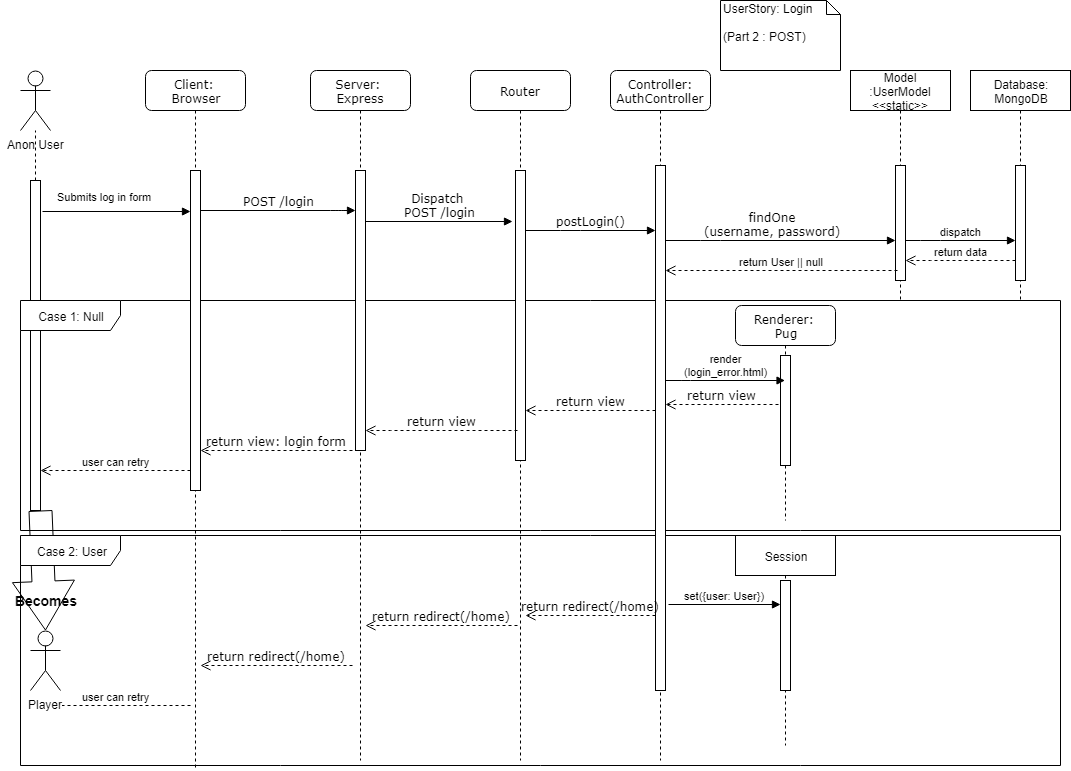
Earlier version of the draw.io export UML_Graphics/Sequence Diagrams/Sequence Diagram_ Login Part 2.png (O-clock-Pulsar/Pictionary-TeamPyjamasque). Source tidied: cells renumbered, new cells last; positions are measured from the earlier drawing's top-left corner, leaving out a move shared by most shapes. The source it was exported from:
```xml
<mxGraphModel background="#ffffff">
  <root>
    <mxCell id="0" />
    <mxCell id="1" parent="0" />
    <mxCell id="2" style="html=1;points=[];perimeter=orthogonalPerimeter;" parent="1" vertex="1">
      <mxGeometry x="30" y="180" width="10" height="330" as="geometry" />
    </mxCell>
    <mxCell id="3" style="shape=flexArrow;endArrow=classic;html=1;endWidth=38;endSize=15.89;width=23;entryX=0.5;entryY=0;entryDx=0;entryDy=0;entryPerimeter=0;" parent="1" edge="1" source="2" target="44">
      <mxGeometry relative="1" as="geometry" />
    </mxCell>
    <mxCell id="4" value="Case 2: User" style="shape=umlFrame;whiteSpace=wrap;html=1;width=100;height=30;" parent="1" vertex="1">
      <mxGeometry x="20" y="535" width="1040" height="230" as="geometry" />
    </mxCell>
    <mxCell id="5" value="Case 1: Null" style="shape=umlFrame;whiteSpace=wrap;html=1;width=100;height=30;" parent="1" vertex="1">
      <mxGeometry x="20" y="300" width="1040" height="230" as="geometry" />
    </mxCell>
    <mxCell id="6" value="Session" style="shape=umlLifeline;perimeter=lifelinePerimeter;whiteSpace=wrap;html=1;" parent="1" vertex="1">
      <mxGeometry x="735" y="535" width="100" height="210" as="geometry" />
    </mxCell>
    <mxCell id="7" value="Server: &lt;br&gt;Express" style="shape=umlLifeline;perimeter=lifelinePerimeter;whiteSpace=wrap;html=1;rounded=1;shadow=0;comic=0;labelBackgroundColor=none;strokeColor=#000000;strokeWidth=1;fillColor=#FFFFFF;fontFamily=Verdana;fontSize=12;fontColor=#000000;align=center;" parent="1" vertex="1">
      <mxGeometry x="310" y="70" width="100" height="690" as="geometry" />
    </mxCell>
    <mxCell id="8" style="html=1;points=[];perimeter=orthogonalPerimeter;rounded=0;shadow=0;comic=0;labelBackgroundColor=none;strokeColor=#000000;strokeWidth=1;fillColor=#FFFFFF;fontFamily=Verdana;fontSize=12;fontColor=#000000;align=center;" parent="7" vertex="1">
      <mxGeometry x="45" y="100" width="10" height="280" as="geometry" />
    </mxCell>
    <mxCell id="9" value="Router" style="shape=umlLifeline;perimeter=lifelinePerimeter;whiteSpace=wrap;html=1;rounded=1;shadow=0;comic=0;labelBackgroundColor=none;strokeColor=#000000;strokeWidth=1;fillColor=#FFFFFF;fontFamily=Verdana;fontSize=12;fontColor=#000000;align=center;" parent="1" vertex="1">
      <mxGeometry x="470" y="70" width="100" height="690" as="geometry" />
    </mxCell>
    <mxCell id="10" style="html=1;points=[];perimeter=orthogonalPerimeter;rounded=0;shadow=0;comic=0;labelBackgroundColor=none;strokeColor=#000000;strokeWidth=1;fillColor=#FFFFFF;fontFamily=Verdana;fontSize=12;fontColor=#000000;align=center;" parent="9" vertex="1">
      <mxGeometry x="45" y="100" width="10" height="290" as="geometry" />
    </mxCell>
    <mxCell id="11" value="Controller: AuthController" style="shape=umlLifeline;perimeter=lifelinePerimeter;whiteSpace=wrap;html=1;rounded=1;shadow=0;comic=0;labelBackgroundColor=none;strokeColor=#000000;strokeWidth=1;fillColor=#FFFFFF;fontFamily=Verdana;fontSize=12;fontColor=#000000;align=center;" parent="1" vertex="1">
      <mxGeometry x="610" y="70" width="100" height="690" as="geometry" />
    </mxCell>
    <mxCell id="12" style="html=1;points=[];perimeter=orthogonalPerimeter;rounded=0;shadow=0;comic=0;labelBackgroundColor=none;strokeColor=#000000;strokeWidth=1;fillColor=#FFFFFF;fontFamily=Verdana;fontSize=12;fontColor=#000000;align=center;" parent="11" vertex="1">
      <mxGeometry x="45" y="95" width="10" height="525" as="geometry" />
    </mxCell>
    <mxCell id="13" value="Client: &lt;br&gt;Browser" style="shape=umlLifeline;perimeter=lifelinePerimeter;whiteSpace=wrap;html=1;rounded=1;shadow=0;comic=0;labelBackgroundColor=none;strokeColor=#000000;strokeWidth=1;fillColor=#FFFFFF;fontFamily=Verdana;fontSize=12;fontColor=#000000;align=center;" parent="1" vertex="1">
      <mxGeometry x="145" y="70" width="100" height="700" as="geometry" />
    </mxCell>
    <mxCell id="14" style="html=1;points=[];perimeter=orthogonalPerimeter;rounded=0;shadow=0;comic=0;labelBackgroundColor=none;strokeColor=#000000;strokeWidth=1;fillColor=#FFFFFF;fontFamily=Verdana;fontSize=12;fontColor=#000000;align=center;" parent="13" vertex="1">
      <mxGeometry x="45" y="100" width="10" height="320" as="geometry" />
    </mxCell>
    <mxCell id="15" value="postLogin()" style="html=1;verticalAlign=bottom;endArrow=block;labelBackgroundColor=none;fontFamily=Verdana;fontSize=12;edgeStyle=elbowEdgeStyle;elbow=vertical;" parent="1" edge="1" source="10" target="12">
      <mxGeometry relative="1" as="geometry">
        <Array as="points">
          <mxPoint x="570" y="230" />
          <mxPoint x="560" y="250" />
          <mxPoint x="650" y="230" />
          <mxPoint x="690" y="260" />
          <mxPoint x="720" y="220" />
        </Array>
      </mxGeometry>
    </mxCell>
    <mxCell id="16" value="findOne&lt;br&gt;(username, password)" style="html=1;verticalAlign=bottom;endArrow=block;labelBackgroundColor=none;fontFamily=Verdana;fontSize=12;edgeStyle=elbowEdgeStyle;elbow=vertical;" parent="1" edge="1" source="12" target="27">
      <mxGeometry x="-0.07" relative="1" as="geometry">
        <Array as="points">
          <mxPoint x="710" y="240" />
        </Array>
      </mxGeometry>
    </mxCell>
    <mxCell id="17" value="POST /login" style="html=1;verticalAlign=bottom;endArrow=block;labelBackgroundColor=none;fontFamily=Verdana;fontSize=12;edgeStyle=elbowEdgeStyle;elbow=vertical;" parent="1" edge="1" source="14" target="8">
      <mxGeometry relative="1" as="geometry">
        <Array as="points">
          <mxPoint x="340" y="210" />
        </Array>
      </mxGeometry>
    </mxCell>
    <mxCell id="18" value="Dispatch &lt;br&gt;POST /login" style="html=1;verticalAlign=bottom;endArrow=block;labelBackgroundColor=none;fontFamily=Verdana;fontSize=12;edgeStyle=elbowEdgeStyle;elbow=vertical;entryX=-0.3;entryY=0.176;entryDx=0;entryDy=0;entryPerimeter=0;" parent="1" edge="1" source="8" target="10">
      <mxGeometry relative="1" as="geometry" />
    </mxCell>
    <mxCell id="19" value="return view" style="html=1;verticalAlign=bottom;endArrow=open;dashed=1;endSize=8;labelBackgroundColor=none;fontFamily=Verdana;fontSize=12;edgeStyle=elbowEdgeStyle;elbow=vertical;" parent="1" edge="1" target="8">
      <mxGeometry relative="1" as="geometry">
        <mxPoint x="517" y="430" as="sourcePoint" />
        <Array as="points">
          <mxPoint x="400" y="430" />
          <mxPoint x="420" y="390" />
        </Array>
      </mxGeometry>
    </mxCell>
    <mxCell id="20" value="return view: login form" style="html=1;verticalAlign=bottom;endArrow=open;dashed=1;endSize=8;labelBackgroundColor=none;fontFamily=Verdana;fontSize=12;edgeStyle=elbowEdgeStyle;elbow=vertical;" parent="1" edge="1" target="14">
      <mxGeometry relative="1" as="geometry">
        <mxPoint x="352" y="450" as="sourcePoint" />
        <Array as="points">
          <mxPoint x="270" y="450" />
          <mxPoint x="250" y="400" />
        </Array>
      </mxGeometry>
    </mxCell>
    <mxCell id="21" value="UserStory: Login&lt;br&gt;&lt;br&gt;(Part 2 : POST)" style="shape=note;whiteSpace=wrap;html=1;size=14;verticalAlign=top;align=left;spacingTop=-6;" parent="1" vertex="1">
      <mxGeometry x="720" width="120" height="70" as="geometry" />
    </mxCell>
    <mxCell id="22" value="Anon User" style="shape=umlActor;verticalLabelPosition=bottom;labelBackgroundColor=#ffffff;verticalAlign=top;html=1;outlineConnect=0;" parent="1" vertex="1">
      <mxGeometry x="20" y="70" width="30" height="60" as="geometry" />
    </mxCell>
    <mxCell id="23" style="endArrow=none;dashed=1;html=1;" parent="1" edge="1" source="2" target="22">
      <mxGeometry relative="1" as="geometry" />
    </mxCell>
    <mxCell id="24" value="Submits log in form" style="html=1;verticalAlign=bottom;endArrow=block;exitX=1.2;exitY=0.094;exitDx=0;exitDy=0;exitPerimeter=0;" parent="1" edge="1" source="2" target="14">
      <mxGeometry x="-0.17" y="6" relative="1" as="geometry" />
    </mxCell>
    <mxCell id="25" value="user can retry" style="html=1;verticalAlign=bottom;endArrow=open;dashed=1;endSize=8;" parent="1" edge="1" source="14" target="2">
      <mxGeometry relative="1" as="geometry">
        <Array as="points">
          <mxPoint x="140" y="470" />
        </Array>
      </mxGeometry>
    </mxCell>
    <mxCell id="26" value="Model&lt;br&gt;:UserModel&lt;br&gt;&amp;lt;&amp;lt;static&amp;gt;&amp;gt;" style="shape=umlLifeline;perimeter=lifelinePerimeter;whiteSpace=wrap;html=1;" parent="1" vertex="1">
      <mxGeometry x="850" y="70" width="100" height="230" as="geometry" />
    </mxCell>
    <mxCell id="27" style="html=1;points=[];perimeter=orthogonalPerimeter;" parent="26" vertex="1">
      <mxGeometry x="45" y="95" width="10" height="115" as="geometry" />
    </mxCell>
    <mxCell id="28" value="Database:&lt;br&gt;MongoDB" style="shape=umlLifeline;perimeter=lifelinePerimeter;whiteSpace=wrap;html=1;" parent="1" vertex="1">
      <mxGeometry x="970" y="70" width="100" height="230" as="geometry" />
    </mxCell>
    <mxCell id="29" style="html=1;points=[];perimeter=orthogonalPerimeter;" parent="28" vertex="1">
      <mxGeometry x="45" y="95" width="10" height="115" as="geometry" />
    </mxCell>
    <mxCell id="30" value="dispatch" style="html=1;verticalAlign=bottom;endArrow=block;" parent="1" edge="1" source="27" target="29">
      <mxGeometry relative="1" as="geometry">
        <Array as="points">
          <mxPoint x="930" y="240" />
        </Array>
      </mxGeometry>
    </mxCell>
    <mxCell id="31" value="return data" style="html=1;verticalAlign=bottom;endArrow=open;dashed=1;endSize=8;" parent="1" edge="1" source="29" target="27">
      <mxGeometry relative="1" as="geometry">
        <Array as="points">
          <mxPoint x="940" y="260" />
        </Array>
      </mxGeometry>
    </mxCell>
    <mxCell id="32" value="return User || null" style="html=1;verticalAlign=bottom;endArrow=open;dashed=1;endSize=8;" parent="1" edge="1" target="12">
      <mxGeometry relative="1" as="geometry">
        <mxPoint x="897" y="270" as="sourcePoint" />
      </mxGeometry>
    </mxCell>
    <mxCell id="33" value="Renderer: &lt;br&gt;Pug" style="shape=umlLifeline;perimeter=lifelinePerimeter;whiteSpace=wrap;html=1;outlineConnect=0;rounded=1;shadow=0;comic=0;labelBackgroundColor=none;strokeColor=#000000;strokeWidth=1;fillColor=#FFFFFF;fontFamily=Verdana;fontSize=12;fontColor=#000000;align=center;" parent="1" vertex="1">
      <mxGeometry x="735" y="305" width="100" height="215" as="geometry" />
    </mxCell>
    <mxCell id="34" style="html=1;points=[];perimeter=orthogonalPerimeter;rounded=0;shadow=0;comic=0;labelBackgroundColor=none;strokeColor=#000000;strokeWidth=1;fillColor=#FFFFFF;fontFamily=Verdana;fontSize=12;fontColor=#000000;align=center;" parent="33" vertex="1">
      <mxGeometry x="45" y="50" width="10" height="110" as="geometry" />
    </mxCell>
    <mxCell id="35" value="set({user: User})" style="html=1;verticalAlign=bottom;endArrow=block;exitX=1.3;exitY=0.837;exitDx=0;exitDy=0;exitPerimeter=0;" parent="1" edge="1" source="12" target="43">
      <mxGeometry relative="1" as="geometry" />
    </mxCell>
    <mxCell id="36" value="return view" style="html=1;verticalAlign=bottom;endArrow=open;dashed=1;endSize=8;labelBackgroundColor=none;fontFamily=Verdana;fontSize=12;edgeStyle=elbowEdgeStyle;elbow=vertical;" parent="1" edge="1" target="10">
      <mxGeometry relative="1" as="geometry">
        <mxPoint x="655" y="410" as="sourcePoint" />
        <Array as="points">
          <mxPoint x="580" y="410" />
        </Array>
      </mxGeometry>
    </mxCell>
    <mxCell id="37" value="return redirect(/home)" style="html=1;verticalAlign=bottom;endArrow=open;dashed=1;endSize=8;labelBackgroundColor=none;fontFamily=Verdana;fontSize=12;edgeStyle=elbowEdgeStyle;elbow=vertical;" parent="1" edge="1">
      <mxGeometry relative="1" as="geometry">
        <mxPoint x="517" y="625" as="sourcePoint" />
        <mxPoint x="365" y="625" as="targetPoint" />
        <Array as="points">
          <mxPoint x="420" y="625" />
        </Array>
      </mxGeometry>
    </mxCell>
    <mxCell id="38" value="return redirect(/home)" style="html=1;verticalAlign=bottom;endArrow=open;dashed=1;endSize=8;labelBackgroundColor=none;fontFamily=Verdana;fontSize=12;edgeStyle=elbowEdgeStyle;elbow=vertical;" parent="1" edge="1">
      <mxGeometry relative="1" as="geometry">
        <mxPoint x="352" y="665" as="sourcePoint" />
        <mxPoint x="200" y="665" as="targetPoint" />
        <Array as="points">
          <mxPoint x="260" y="665" />
          <mxPoint x="250" y="635" />
        </Array>
      </mxGeometry>
    </mxCell>
    <mxCell id="39" value="user can retry" style="html=1;verticalAlign=bottom;endArrow=open;dashed=1;endSize=8;" parent="1" edge="1">
      <mxGeometry relative="1" as="geometry">
        <mxPoint x="190" y="705" as="sourcePoint" />
        <mxPoint x="40" y="705" as="targetPoint" />
        <Array as="points">
          <mxPoint x="140" y="705" />
        </Array>
      </mxGeometry>
    </mxCell>
    <mxCell id="40" value="render&lt;br&gt;(login_error.html)" style="html=1;verticalAlign=bottom;endArrow=block;" parent="1" edge="1" source="12" target="33">
      <mxGeometry relative="1" as="geometry">
        <Array as="points">
          <mxPoint x="680" y="380" />
        </Array>
      </mxGeometry>
    </mxCell>
    <mxCell id="41" value="return view" style="html=1;verticalAlign=bottom;endArrow=open;dashed=1;endSize=8;labelBackgroundColor=none;fontFamily=Verdana;fontSize=12;edgeStyle=elbowEdgeStyle;elbow=vertical;exitX=-0.2;exitY=0.445;exitDx=0;exitDy=0;exitPerimeter=0;" parent="1" edge="1" source="34" target="12">
      <mxGeometry relative="1" as="geometry" />
    </mxCell>
    <mxCell id="42" value="return redirect(/home)" style="html=1;verticalAlign=bottom;endArrow=open;dashed=1;endSize=8;labelBackgroundColor=none;fontFamily=Verdana;fontSize=12;edgeStyle=elbowEdgeStyle;elbow=vertical;exitX=-0.2;exitY=0.445;exitDx=0;exitDy=0;exitPerimeter=0;" parent="1" edge="1">
      <mxGeometry relative="1" as="geometry">
        <mxPoint x="655" y="615" as="sourcePoint" />
        <mxPoint x="525" y="615" as="targetPoint" />
      </mxGeometry>
    </mxCell>
    <mxCell id="43" style="html=1;points=[];perimeter=orthogonalPerimeter;rounded=0;shadow=0;comic=0;labelBackgroundColor=none;strokeColor=#000000;strokeWidth=1;fillColor=#FFFFFF;fontFamily=Verdana;fontSize=12;fontColor=#000000;align=center;" parent="1" vertex="1">
      <mxGeometry x="780" y="580" width="10" height="110" as="geometry" />
    </mxCell>
    <mxCell id="44" value="Player" style="shape=umlActor;verticalLabelPosition=bottom;labelBackgroundColor=#ffffff;verticalAlign=top;html=1;" parent="1" vertex="1">
      <mxGeometry x="30" y="630" width="30" height="60" as="geometry" />
    </mxCell>
    <mxCell id="45" value="Becomes" style="text;html=1;strokeColor=none;fillColor=none;align=center;verticalAlign=middle;whiteSpace=wrap;rounded=0;fontStyle=1;fontSize=14;" parent="1" vertex="1">
      <mxGeometry y="590" width="90" height="20" as="geometry" />
    </mxCell>
  </root>
</mxGraphModel>
```
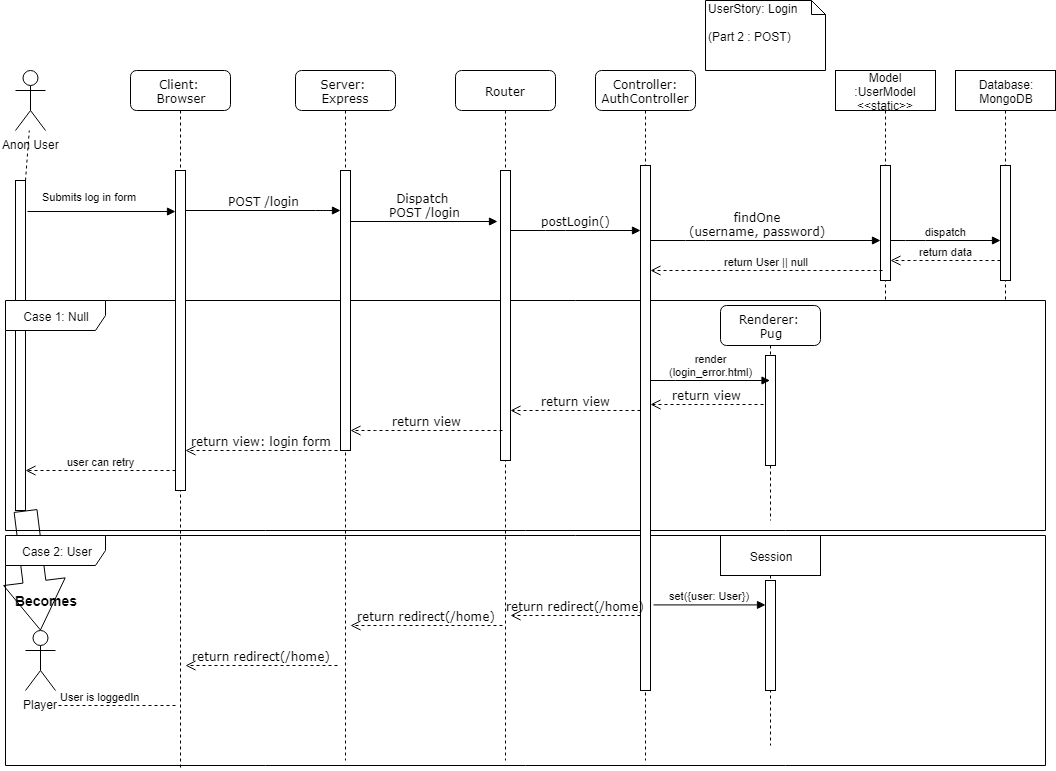
Above is the later version.

Change to the diagram source:
```diff
@@ -91,7 +91,7 @@
       <mxGeometry x="720" width="120" height="70" as="geometry" />
     </mxCell>
     <mxCell id="22" value="Anon User" style="shape=umlActor;verticalLabelPosition=bottom;labelBackgroundColor=#ffffff;verticalAlign=top;html=1;outlineConnect=0;" parent="1" vertex="1">
-      <mxGeometry x="20" y="70" width="30" height="60" as="geometry" />
+      <mxGeometry x="30" y="70" width="30" height="60" as="geometry" />
     </mxCell>
     <mxCell id="23" style="endArrow=none;dashed=1;html=1;" parent="1" edge="1" source="2" target="22">
       <mxGeometry relative="1" as="geometry" />
@@ -173,7 +173,7 @@
         </Array>
       </mxGeometry>
     </mxCell>
-    <mxCell id="39" value="user can retry" style="html=1;verticalAlign=bottom;endArrow=open;dashed=1;endSize=8;" parent="1" edge="1">
+    <mxCell id="39" value="User is loggedIn" style="html=1;verticalAlign=bottom;endArrow=open;dashed=1;endSize=8;" parent="1" edge="1">
       <mxGeometry relative="1" as="geometry">
         <mxPoint x="190" y="705" as="sourcePoint" />
         <mxPoint x="40" y="705" as="targetPoint" />
@@ -202,10 +202,10 @@
       <mxGeometry x="780" y="580" width="10" height="110" as="geometry" />
     </mxCell>
     <mxCell id="44" value="Player" style="shape=umlActor;verticalLabelPosition=bottom;labelBackgroundColor=#ffffff;verticalAlign=top;html=1;" parent="1" vertex="1">
-      <mxGeometry x="30" y="630" width="30" height="60" as="geometry" />
+      <mxGeometry x="40" y="630" width="30" height="60" as="geometry" />
     </mxCell>
     <mxCell id="45" value="Becomes" style="text;html=1;strokeColor=none;fillColor=none;align=center;verticalAlign=middle;whiteSpace=wrap;rounded=0;fontStyle=1;fontSize=14;" parent="1" vertex="1">
-      <mxGeometry y="590" width="90" height="20" as="geometry" />
+      <mxGeometry x="15" y="590" width="90" height="20" as="geometry" />
     </mxCell>
   </root>
 </mxGraphModel>
```
